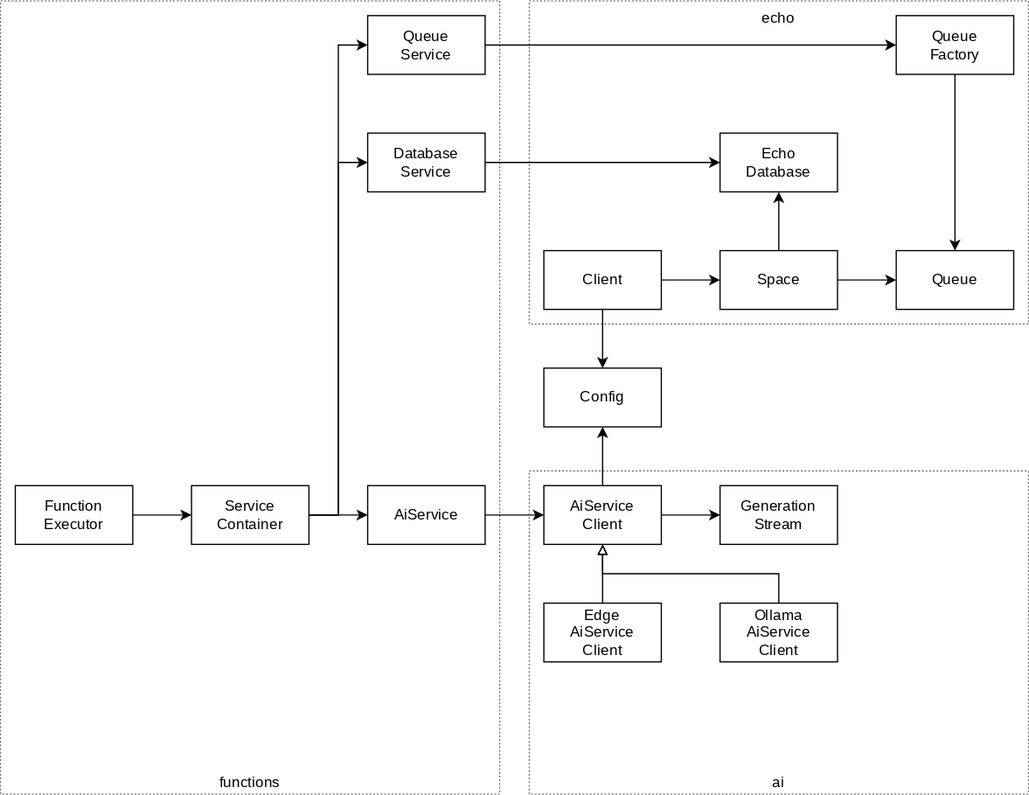
dxos/dxos keeps this draw.io diagram as packages/core/assistant/docs/ai.drawio.svg. Above is the earlier version. Source tidied: cells renumbered, new cells last; positions are measured from the earlier drawing's top-left corner, leaving out a move shared by most shapes.
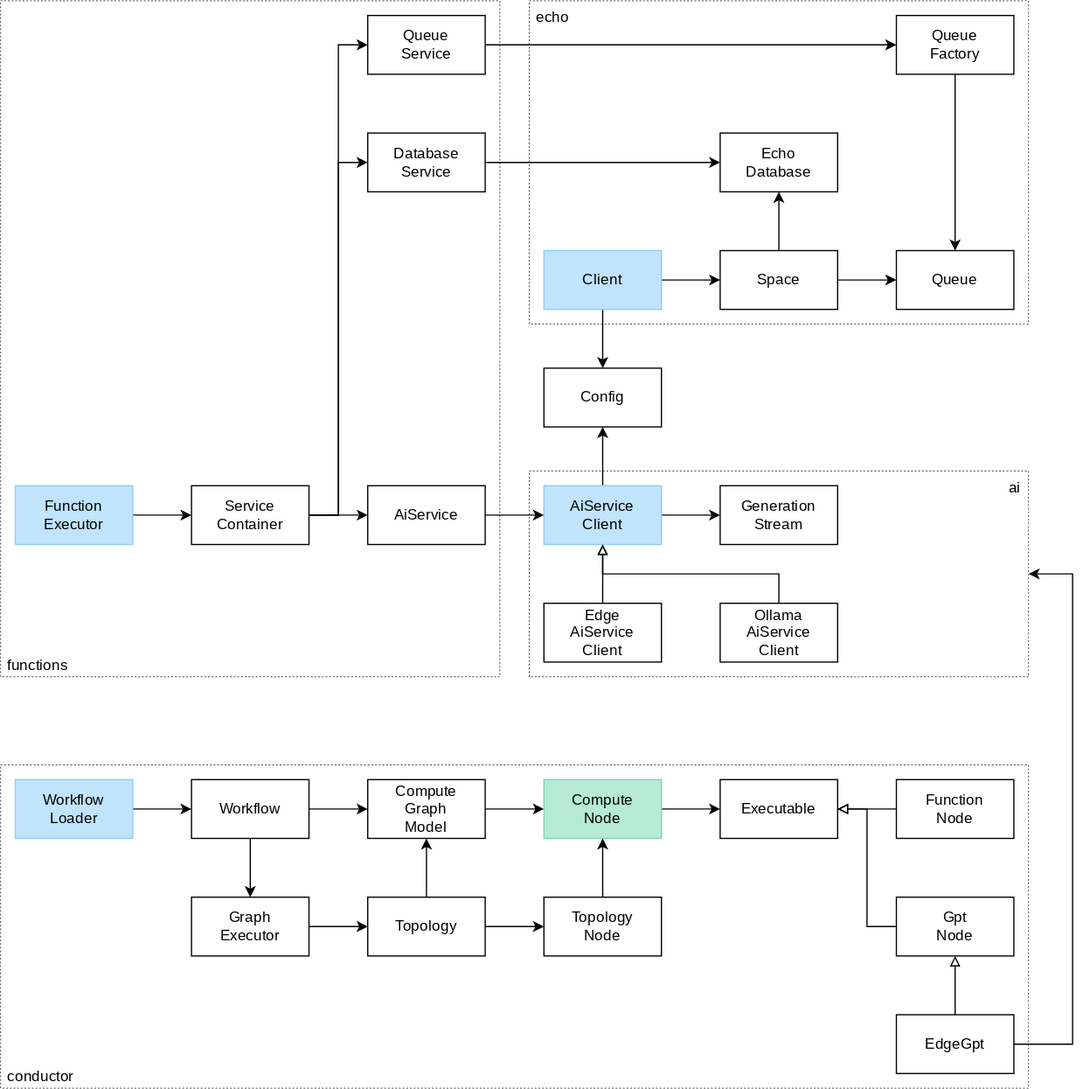
Above is the later version.

The edit, as a diff of the source:
```diff
@@ -2,14 +2,17 @@
   <root>
     <mxCell id="0" />
     <mxCell id="1" parent="0" />
+    <mxCell id="36" value="conductor" style="rounded=0;whiteSpace=wrap;html=1;fontFamily=Space Grotesk;fontSource=https%3A%2F%2Ffonts.googleapis.com%2Fcss%3Ffamily%3DSpace%2BGrotesk;verticalAlign=bottom;fillColor=none;dashed=1;strokeWidth=0.5;align=left;spacingLeft=4;spacingRight=4;" parent="1" vertex="1">
+      <mxGeometry y="624" width="840" height="264" as="geometry" />
+    </mxCell>
-    <mxCell id="2" value="functions" style="rounded=0;whiteSpace=wrap;html=1;fontFamily=Space Grotesk;fontSource=https%3A%2F%2Ffonts.googleapis.com%2Fcss%3Ffamily%3DSpace%2BGrotesk;verticalAlign=bottom;fillColor=none;dashed=1;strokeWidth=0.5;" parent="1" vertex="1">
-      <mxGeometry width="408" height="648" as="geometry" />
+    <mxCell id="2" value="functions" style="rounded=0;whiteSpace=wrap;html=1;fontFamily=Space Grotesk;fontSource=https%3A%2F%2Ffonts.googleapis.com%2Fcss%3Ffamily%3DSpace%2BGrotesk;verticalAlign=bottom;fillColor=none;dashed=1;strokeWidth=0.5;align=left;spacingLeft=4;spacingRight=4;" parent="1" vertex="1">
+      <mxGeometry width="408" height="552" as="geometry" />
     </mxCell>
-    <mxCell id="3" value="echo" style="rounded=0;whiteSpace=wrap;html=1;fontFamily=Space Grotesk;fontSource=https%3A%2F%2Ffonts.googleapis.com%2Fcss%3Ffamily%3DSpace%2BGrotesk;verticalAlign=top;fillColor=none;dashed=1;strokeWidth=0.5;" parent="1" vertex="1">
+    <mxCell id="3" value="echo" style="rounded=0;whiteSpace=wrap;html=1;fontFamily=Space Grotesk;fontSource=https%3A%2F%2Ffonts.googleapis.com%2Fcss%3Ffamily%3DSpace%2BGrotesk;verticalAlign=top;fillColor=none;dashed=1;strokeWidth=0.5;align=left;spacingLeft=4;spacingRight=4;" parent="1" vertex="1">
       <mxGeometry x="432" width="408" height="264" as="geometry" />
     </mxCell>
-    <mxCell id="4" value="ai" style="rounded=0;whiteSpace=wrap;html=1;fontFamily=Space Grotesk;fontSource=https%3A%2F%2Ffonts.googleapis.com%2Fcss%3Ffamily%3DSpace%2BGrotesk;verticalAlign=bottom;fillColor=none;dashed=1;strokeWidth=0.5;" parent="1" vertex="1">
-      <mxGeometry x="432" y="384" width="408" height="264" as="geometry" />
+    <mxCell id="4" value="ai" style="rounded=0;whiteSpace=wrap;html=1;fontFamily=Space Grotesk;fontSource=https%3A%2F%2Ffonts.googleapis.com%2Fcss%3Ffamily%3DSpace%2BGrotesk;verticalAlign=top;fillColor=none;dashed=1;strokeWidth=0.5;align=right;spacingLeft=4;spacingRight=4;" parent="1" vertex="1">
+      <mxGeometry x="432" y="384" width="408" height="168" as="geometry" />
     </mxCell>
     <mxCell id="5" style="edgeStyle=none;html=1;exitX=1;exitY=0.5;exitDx=0;exitDy=0;" parent="1" edge="1" source="7" target="10">
       <mxGeometry relative="1" as="geometry" />
@@ -17,7 +20,7 @@
     <mxCell id="6" style="edgeStyle=none;html=1;exitX=0.5;exitY=1;exitDx=0;exitDy=0;" parent="1" edge="1" source="7" target="13">
       <mxGeometry relative="1" as="geometry" />
     </mxCell>
-    <mxCell id="7" value="Client" style="rounded=0;whiteSpace=wrap;html=1;fontFamily=Space Grotesk;fontSource=https%3A%2F%2Ffonts.googleapis.com%2Fcss%3Ffamily%3DSpace%2BGrotesk;" parent="1" vertex="1">
+    <mxCell id="7" value="Client" style="rounded=0;whiteSpace=wrap;html=1;fontFamily=Space Grotesk;fontSource=https%3A%2F%2Ffonts.googleapis.com%2Fcss%3Ffamily%3DSpace%2BGrotesk;fillColor=#C0E4FC;fontColor=#000000;strokeColor=#8DCDFA;" parent="1" vertex="1">
       <mxGeometry x="444" y="204" width="96" height="48" as="geometry" />
     </mxCell>
     <mxCell id="8" style="edgeStyle=none;html=1;exitX=1;exitY=0.5;exitDx=0;exitDy=0;" parent="1" edge="1" source="10" target="11">
@@ -41,7 +44,7 @@
     <mxCell id="14" style="edgeStyle=none;html=1;exitX=1;exitY=0.5;exitDx=0;exitDy=0;" parent="1" edge="1" source="15" target="16">
       <mxGeometry relative="1" as="geometry" />
     </mxCell>
-    <mxCell id="15" value="AiService&lt;br&gt;Client" style="rounded=0;whiteSpace=wrap;html=1;fontFamily=Space Grotesk;fontSource=https%3A%2F%2Ffonts.googleapis.com%2Fcss%3Ffamily%3DSpace%2BGrotesk;" parent="1" vertex="1">
+    <mxCell id="15" value="AiService&lt;br&gt;Client" style="rounded=0;whiteSpace=wrap;html=1;fontFamily=Space Grotesk;fontSource=https%3A%2F%2Ffonts.googleapis.com%2Fcss%3Ffamily%3DSpace%2BGrotesk;fillColor=#C0E4FC;fontColor=#000000;strokeColor=#8DCDFA;" parent="1" vertex="1">
       <mxGeometry x="444" y="396" width="96" height="48" as="geometry" />
     </mxCell>
     <mxCell id="16" value="Generation&lt;br&gt;Stream" style="rounded=0;whiteSpace=wrap;html=1;fontFamily=Space Grotesk;fontSource=https%3A%2F%2Ffonts.googleapis.com%2Fcss%3Ffamily%3DSpace%2BGrotesk;" parent="1" vertex="1">
@@ -56,7 +59,7 @@
     <mxCell id="19" style="edgeStyle=none;html=1;exitX=1;exitY=0.5;exitDx=0;exitDy=0;" parent="1" edge="1" source="20" target="22">
       <mxGeometry relative="1" as="geometry" />
     </mxCell>
-    <mxCell id="20" value="Function&lt;div&gt;Executor&lt;/div&gt;" style="rounded=0;whiteSpace=wrap;html=1;fontFamily=Space Grotesk;fontSource=https%3A%2F%2Ffonts.googleapis.com%2Fcss%3Ffamily%3DSpace%2BGrotesk;" parent="1" vertex="1">
+    <mxCell id="20" value="Function&lt;div&gt;Executor&lt;/div&gt;" style="rounded=0;whiteSpace=wrap;html=1;fontFamily=Space Grotesk;fontSource=https%3A%2F%2Ffonts.googleapis.com%2Fcss%3Ffamily%3DSpace%2BGrotesk;fillColor=#C0E4FC;fontColor=#000000;strokeColor=#8DCDFA;" parent="1" vertex="1">
       <mxGeometry x="12" y="396" width="96" height="48" as="geometry" />
     </mxCell>
     <mxCell id="21" style="edgeStyle=none;html=1;exitX=1;exitY=0.5;exitDx=0;exitDy=0;" parent="1" edge="1" source="22" target="24">
@@ -120,5 +123,87 @@
     <mxCell id="35" value="&lt;span style=&quot;color: rgb(0, 0, 0);&quot;&gt;Ollama&lt;br&gt;&lt;/span&gt;AiService&lt;br&gt;Client" style="rounded=0;whiteSpace=wrap;html=1;fontFamily=Space Grotesk;fontSource=https%3A%2F%2Ffonts.googleapis.com%2Fcss%3Ffamily%3DSpace%2BGrotesk;" parent="1" vertex="1">
       <mxGeometry x="588" y="492" width="96" height="48" as="geometry" />
     </mxCell>
+    <mxCell id="37" style="edgeStyle=none;html=1;exitX=1;exitY=0.5;exitDx=0;exitDy=0;" parent="1" edge="1" source="39" target="43">
+      <mxGeometry relative="1" as="geometry" />
+    </mxCell>
+    <mxCell id="38" style="edgeStyle=none;html=1;exitX=0.5;exitY=1;exitDx=0;exitDy=0;" parent="1" edge="1" source="39" target="45">
+      <mxGeometry relative="1" as="geometry" />
+    </mxCell>
+    <mxCell id="39" value="Workflow" style="rounded=0;whiteSpace=wrap;html=1;fontFamily=Space Grotesk;fontSource=https%3A%2F%2Ffonts.googleapis.com%2Fcss%3Ffamily%3DSpace%2BGrotesk;" parent="1" vertex="1">
+      <mxGeometry x="156" y="636" width="96" height="48" as="geometry" />
+    </mxCell>
+    <mxCell id="40" style="edgeStyle=none;html=1;exitX=1;exitY=0.5;exitDx=0;exitDy=0;" parent="1" edge="1" source="41" target="39">
+      <mxGeometry relative="1" as="geometry" />
+    </mxCell>
+    <mxCell id="41" value="Workflow&lt;div&gt;Loader&lt;/div&gt;" style="rounded=0;whiteSpace=wrap;html=1;fontFamily=Space Grotesk;fontSource=https%3A%2F%2Ffonts.googleapis.com%2Fcss%3Ffamily%3DSpace%2BGrotesk;fillColor=#C0E4FC;fontColor=#000000;strokeColor=#8DCDFA;" parent="1" vertex="1">
+      <mxGeometry x="12" y="636" width="96" height="48" as="geometry" />
+    </mxCell>
+    <mxCell id="42" style="edgeStyle=none;html=1;exitX=1;exitY=0.5;exitDx=0;exitDy=0;" parent="1" edge="1" source="43" target="50">
+      <mxGeometry relative="1" as="geometry" />
+    </mxCell>
+    <mxCell id="43" value="Compute&lt;div&gt;Graph&lt;/div&gt;&lt;div&gt;Model&lt;/div&gt;" style="rounded=0;whiteSpace=wrap;html=1;fontFamily=Space Grotesk;fontSource=https%3A%2F%2Ffonts.googleapis.com%2Fcss%3Ffamily%3DSpace%2BGrotesk;" parent="1" vertex="1">
+      <mxGeometry x="300" y="636" width="96" height="48" as="geometry" />
+    </mxCell>
+    <mxCell id="44" style="edgeStyle=none;html=1;exitX=1;exitY=0.5;exitDx=0;exitDy=0;" parent="1" edge="1" source="45" target="48">
+      <mxGeometry relative="1" as="geometry" />
+    </mxCell>
+    <mxCell id="45" value="Graph&lt;div&gt;Executor&lt;/div&gt;" style="rounded=0;whiteSpace=wrap;html=1;fontFamily=Space Grotesk;fontSource=https%3A%2F%2Ffonts.googleapis.com%2Fcss%3Ffamily%3DSpace%2BGrotesk;" parent="1" vertex="1">
+      <mxGeometry x="156" y="732" width="96" height="48" as="geometry" />
+    </mxCell>
+    <mxCell id="46" style="edgeStyle=none;html=1;exitX=0.5;exitY=0;exitDx=0;exitDy=0;" parent="1" edge="1" source="48" target="43">
+      <mxGeometry relative="1" as="geometry" />
+    </mxCell>
+    <mxCell id="47" style="edgeStyle=none;html=1;exitX=1;exitY=0.5;exitDx=0;exitDy=0;" parent="1" edge="1" source="48" target="52">
+      <mxGeometry relative="1" as="geometry" />
+    </mxCell>
+    <mxCell id="48" value="Topology" style="rounded=0;whiteSpace=wrap;html=1;fontFamily=Space Grotesk;fontSource=https%3A%2F%2Ffonts.googleapis.com%2Fcss%3Ffamily%3DSpace%2BGrotesk;" parent="1" vertex="1">
+      <mxGeometry x="300" y="732" width="96" height="48" as="geometry" />
+    </mxCell>
+    <mxCell id="49" style="edgeStyle=none;html=1;exitX=1;exitY=0.5;exitDx=0;exitDy=0;" parent="1" edge="1" source="50" target="55">
+      <mxGeometry relative="1" as="geometry" />
+    </mxCell>
+    <mxCell id="50" value="Compute&lt;div&gt;Node&lt;/div&gt;" style="rounded=0;whiteSpace=wrap;html=1;fontFamily=Space Grotesk;fontSource=https%3A%2F%2Ffonts.googleapis.com%2Fcss%3Ffamily%3DSpace%2BGrotesk;fillColor=#B6EAD5;fontColor=#000000;strokeColor=#7CD7AF;" parent="1" vertex="1">
+      <mxGeometry x="444" y="636" width="96" height="48" as="geometry" />
+    </mxCell>
+    <mxCell id="51" style="edgeStyle=none;html=1;exitX=0.5;exitY=0;exitDx=0;exitDy=0;" parent="1" edge="1" source="52" target="50">
+      <mxGeometry relative="1" as="geometry" />
+    </mxCell>
+    <mxCell id="52" value="Topology&lt;div&gt;Node&lt;/div&gt;" style="rounded=0;whiteSpace=wrap;html=1;fontFamily=Space Grotesk;fontSource=https%3A%2F%2Ffonts.googleapis.com%2Fcss%3Ffamily%3DSpace%2BGrotesk;" parent="1" vertex="1">
+      <mxGeometry x="444" y="732" width="96" height="48" as="geometry" />
+    </mxCell>
+    <mxCell id="53" style="edgeStyle=none;html=1;exitX=0;exitY=0.5;exitDx=0;exitDy=0;endArrow=block;endFill=0;" parent="1" edge="1" source="54" target="55">
+      <mxGeometry relative="1" as="geometry" />
+    </mxCell>
+    <mxCell id="54" value="Function&lt;br&gt;Node" style="rounded=0;whiteSpace=wrap;html=1;fontFamily=Space Grotesk;fontSource=https%3A%2F%2Ffonts.googleapis.com%2Fcss%3Ffamily%3DSpace%2BGrotesk;" parent="1" vertex="1">
+      <mxGeometry x="732" y="636" width="96" height="48" as="geometry" />
+    </mxCell>
+    <mxCell id="55" value="Executable" style="rounded=0;whiteSpace=wrap;html=1;fontFamily=Space Grotesk;fontSource=https%3A%2F%2Ffonts.googleapis.com%2Fcss%3Ffamily%3DSpace%2BGrotesk;" parent="1" vertex="1">
+      <mxGeometry x="588" y="636" width="96" height="48" as="geometry" />
+    </mxCell>
+    <mxCell id="56" style="edgeStyle=none;html=1;exitX=0;exitY=0.5;exitDx=0;exitDy=0;entryX=1;entryY=0.5;entryDx=0;entryDy=0;rounded=0;curved=0;endArrow=block;endFill=0;" parent="1" edge="1" source="57" target="55">
+      <mxGeometry relative="1" as="geometry">
+        <Array as="points">
+          <mxPoint x="708" y="756" />
+          <mxPoint x="708" y="660" />
+        </Array>
+      </mxGeometry>
+    </mxCell>
+    <mxCell id="57" value="Gpt&lt;br&gt;Node" style="rounded=0;whiteSpace=wrap;html=1;fontFamily=Space Grotesk;fontSource=https%3A%2F%2Ffonts.googleapis.com%2Fcss%3Ffamily%3DSpace%2BGrotesk;" parent="1" vertex="1">
+      <mxGeometry x="732" y="732" width="96" height="48" as="geometry" />
+    </mxCell>
+    <mxCell id="58" style="edgeStyle=none;html=1;exitX=0.5;exitY=0;exitDx=0;exitDy=0;endArrow=block;endFill=0;" parent="1" edge="1" source="60" target="57">
+      <mxGeometry relative="1" as="geometry" />
+    </mxCell>
+    <mxCell id="59" style="edgeStyle=none;html=1;exitX=1;exitY=0.5;exitDx=0;exitDy=0;rounded=0;curved=0;entryX=1;entryY=0.5;entryDx=0;entryDy=0;" parent="1" edge="1" source="60" target="4">
+      <mxGeometry relative="1" as="geometry">
+        <Array as="points">
+          <mxPoint x="876" y="852" />
+          <mxPoint x="876" y="468" />
+        </Array>
+      </mxGeometry>
+    </mxCell>
+    <mxCell id="60" value="EdgeGpt" style="rounded=0;whiteSpace=wrap;html=1;fontFamily=Space Grotesk;fontSource=https%3A%2F%2Ffonts.googleapis.com%2Fcss%3Ffamily%3DSpace%2BGrotesk;" parent="1" vertex="1">
+      <mxGeometry x="732" y="828" width="96" height="48" as="geometry" />
+    </mxCell>
   </root>
 </mxGraphModel>
```
